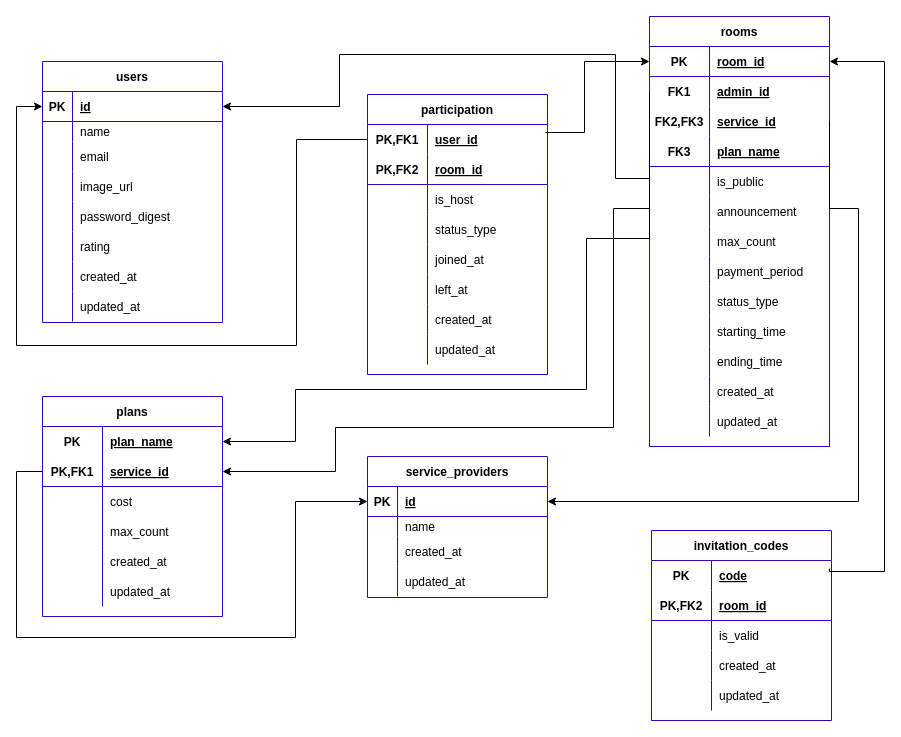
Earlier version of the draw.io diagram db/schema/table.drawio (billsgates/salamander). Source tidied: cells renumbered, new cells numbered last; positions are measured from the earlier drawing's top-left corner, leaving out a move shared by most shapes. Both pictures are drawn from the tidied source at 100%, with x=0, y=0 at pixel (16, 16).
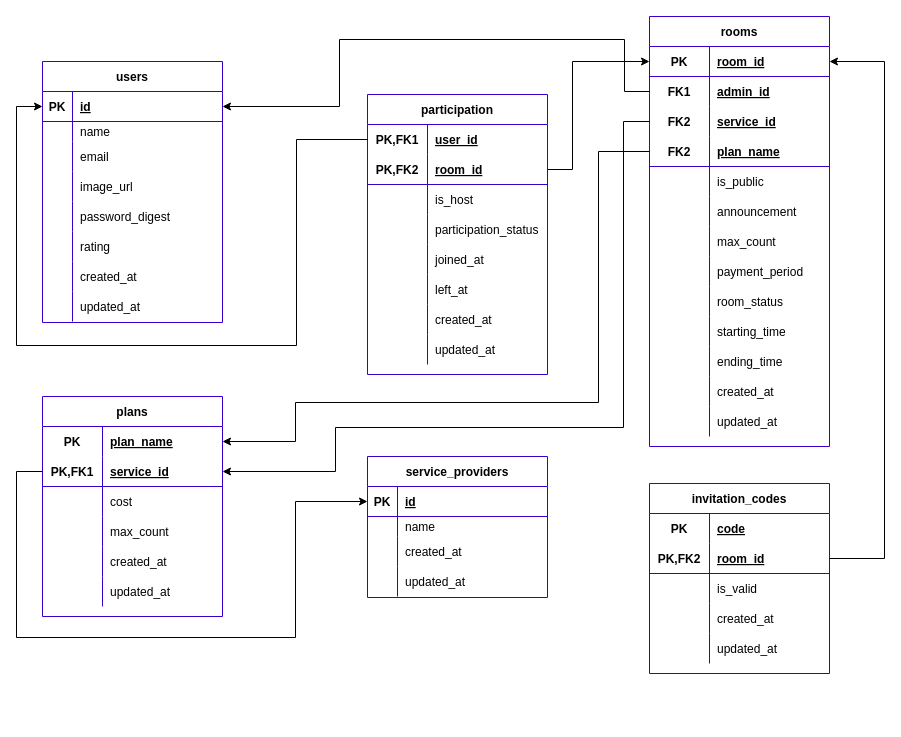
The same diagram, later.

The change refers to these unchanged cells:
```xml
<mxCell id="3" style="shape=partialRectangle;top=0;left=0;bottom=1;right=0;points=[[0,0.5],[1,0.5]];portConstraint=eastwest;labelBorderColor=#000000;fontColor=#ffffff;fillColor=none;strokeColor=#3700CC;" parent="2" vertex="1">
  <mxGeometry y="30" width="180" height="30" as="geometry" />
</mxCell>
<mxCell id="28" style="shape=partialRectangle;top=0;left=0;bottom=1;right=0;points=[[0,0.5],[1,0.5]];portConstraint=eastwest;labelBorderColor=#000000;fontColor=#ffffff;fillColor=none;strokeColor=#3700CC;" parent="27" vertex="1">
  <mxGeometry y="30" width="180" height="30" as="geometry" />
</mxCell>
<mxCell id="41" style="shape=partialRectangle;fillColor=none;top=0;left=0;bottom=0;right=0;points=[[0,0.5],[1,0.5]];portConstraint=eastwest;" parent="40" vertex="1">
  <mxGeometry y="30" width="180" height="30" as="geometry" />
</mxCell>
<mxCell id="44" style="shape=partialRectangle;fillColor=none;top=0;left=0;bottom=1;right=0;points=[[0,0.5],[1,0.5]];portConstraint=eastwest;strokeColor=#3700CC;" parent="40" vertex="1">
  <mxGeometry y="60" width="180" height="30" as="geometry" />
</mxCell>
<mxCell id="60" style="shape=partialRectangle;fillColor=none;top=0;left=0;bottom=1;right=0;points=[[0,0.5],[1,0.5]];portConstraint=eastwest;strokeColor=#3700CC;" parent="59" vertex="1">
  <mxGeometry y="30" width="180" height="30" as="geometry" />
</mxCell>
<mxCell id="63" style="shape=partialRectangle;fillColor=none;top=0;left=0;bottom=0;right=0;points=[[0,0.5],[1,0.5]];portConstraint=eastwest;strokeColor=#3700CC;" parent="59" vertex="1">
  <mxGeometry y="60" width="180" height="30" as="geometry" />
</mxCell>
<mxCell id="66" style="shape=partialRectangle;fillColor=none;top=0;left=0;bottom=0;right=0;points=[[0,0.5],[1,0.5]];portConstraint=eastwest;strokeColor=#3700CC;" parent="59" vertex="1">
  <mxGeometry y="90" width="180" height="30" as="geometry" />
</mxCell>
<mxCell id="69" style="shape=partialRectangle;fillColor=none;top=0;left=0;bottom=1;right=0;points=[[0,0.5],[1,0.5]];portConstraint=eastwest;strokeColor=#3700CC;" parent="59" vertex="1">
  <mxGeometry y="120" width="180" height="30" as="geometry" />
</mxCell>
<mxCell id="84" style="shape=partialRectangle;fillColor=none;top=0;left=0;bottom=0;right=0;" parent="59" vertex="1">
  <mxGeometry y="270" width="180" height="30" as="geometry" />
</mxCell>
<mxCell id="103" style="shape=partialRectangle;fillColor=none;top=0;left=0;bottom=1;right=0;points=[[0,0.5],[1,0.5]];portConstraint=eastwest;strokeColor=#3700CC;" parent="99" vertex="1">
  <mxGeometry y="60" width="180" height="30" as="geometry" />
</mxCell>
<mxCell id="109" style="shape=partialRectangle;fillColor=none;top=0;left=0;bottom=0;right=0;" parent="99" vertex="1">
  <mxGeometry y="120" width="180" height="30" as="geometry" />
</mxCell>
<mxCell id="135" style="shape=partialRectangle;fillColor=none;top=0;left=0;bottom=1;right=0;points=[[0,0.5],[1,0.5]];portConstraint=eastwest;strokeColor=#3700CC;" parent="131" vertex="1">
  <mxGeometry y="60" width="180" height="30" as="geometry" />
</mxCell>
```

The edit, as a diff of the source:
```diff
@@
-    <mxCell id="67" value="FK2,FK3" style="shape=partialRectangle;fillColor=none;top=0;left=0;bottom=0;right=0;fontStyle=1;overflow=hidden;fontColor=#000000;" parent="66" vertex="1">
+    <mxCell id="67" value="FK2" style="shape=partialRectangle;fillColor=none;top=0;left=0;bottom=0;right=0;fontStyle=1;overflow=hidden;fontColor=#000000;" parent="66" vertex="1">
       <mxGeometry width="60" height="30" as="geometry" />
     </mxCell>
@@
-    <mxCell id="70" value="FK3" style="shape=partialRectangle;fillColor=none;top=0;left=0;bottom=0;right=0;fontStyle=1;overflow=hidden;fontColor=#000000;" parent="69" vertex="1">
+    <mxCell id="70" value="FK2" style="shape=partialRectangle;fillColor=none;top=0;left=0;bottom=0;right=0;fontStyle=1;overflow=hidden;fontColor=#000000;" parent="69" vertex="1">
       <mxGeometry width="60" height="30" as="geometry" />
     </mxCell>
@@
-    <mxCell id="86" value="status_type" style="shape=partialRectangle;fillColor=none;top=0;left=0;bottom=0;right=0;align=left;spacingLeft=6;overflow=hidden;fontColor=#000000;" parent="84" vertex="1">
+    <mxCell id="86" value="room_status" style="shape=partialRectangle;fillColor=none;top=0;left=0;bottom=0;right=0;align=left;spacingLeft=6;overflow=hidden;fontColor=#000000;" parent="84" vertex="1">
       <mxGeometry x="60" width="120" height="30" as="geometry" />
     </mxCell>
@@
-    <mxCell id="111" value="status_type" style="shape=partialRectangle;fillColor=none;top=0;left=0;bottom=0;right=0;align=left;spacingLeft=6;overflow=hidden;fontColor=#000000;" parent="109" vertex="1">
+    <mxCell id="111" value="participation_status" style="shape=partialRectangle;fillColor=none;top=0;left=0;bottom=0;right=0;align=left;spacingLeft=6;overflow=hidden;fontColor=#000000;" parent="109" vertex="1">
       <mxGeometry x="60" width="120" height="30" as="geometry" />
     </mxCell>
@@
-    <mxCell id="124" style="edgeStyle=orthogonalEdgeStyle;rounded=0;jettySize=auto;html=1;exitX=1;exitY=0.5;exitDx=0;exitDy=0;entryX=0;entryY=0.5;entryDx=0;entryDy=0;strokeColor=#000000;fontColor=#000000;" parent="1" edge="1" target="60">
+    <mxCell id="124" style="edgeStyle=orthogonalEdgeStyle;rounded=0;jettySize=auto;html=1;exitX=1;exitY=0.5;exitDx=0;exitDy=0;entryX=0;entryY=0.5;entryDx=0;entryDy=0;strokeColor=#000000;fontColor=#000000;" parent="1" edge="1" source="103" target="60">
       <mxGeometry relative="1" as="geometry">
-        <mxPoint x="529" y="116" as="sourcePoint" />
         <Array as="points">
-          <mxPoint x="568" y="116" />
-          <mxPoint x="568" y="45" />
+          <mxPoint x="556" y="153" />
+          <mxPoint x="556" y="45" />
         </Array>
       </mxGeometry>
     </mxCell>
     <mxCell id="125" style="edgeStyle=orthogonalEdgeStyle;rounded=0;jettySize=auto;html=1;exitX=0;exitY=0.5;exitDx=0;exitDy=0;entryX=1;entryY=0.5;entryDx=0;entryDy=0;strokeColor=#000000;fontColor=#000000;" parent="1" edge="1" source="63" target="3">
       <mxGeometry relative="1" as="geometry">
         <Array as="points">
-          <mxPoint x="599" y="162" />
-          <mxPoint x="599" y="38" />
-          <mxPoint x="323" y="38" />
+          <mxPoint x="608" y="75" />
+          <mxPoint x="608" y="23" />
+          <mxPoint x="323" y="23" />
           <mxPoint x="323" y="90" />
         </Array>
       </mxGeometry>
     </mxCell>
     <mxCell id="126" style="edgeStyle=orthogonalEdgeStyle;rounded=0;jettySize=auto;html=1;exitX=0;exitY=0.5;exitDx=0;exitDy=0;entryX=1;entryY=0.5;entryDx=0;entryDy=0;strokeColor=#000000;fontColor=#000000;" parent="1" edge="1" source="69" target="41">
       <mxGeometry relative="1" as="geometry">
         <Array as="points">
-          <mxPoint x="570" y="222" />
-          <mxPoint x="570" y="373" />
-          <mxPoint x="279" y="373" />
+          <mxPoint x="582" y="135" />
+          <mxPoint x="582" y="386" />
+          <mxPoint x="279" y="386" />
           <mxPoint x="279" y="425" />
         </Array>
       </mxGeometry>
     </mxCell>
     <mxCell id="127" style="edgeStyle=orthogonalEdgeStyle;rounded=0;jettySize=auto;html=1;exitX=0;exitY=0.5;exitDx=0;exitDy=0;entryX=1;entryY=0.5;entryDx=0;entryDy=0;strokeColor=#000000;fontColor=#000000;" parent="1" edge="1" source="66" target="44">
       <mxGeometry relative="1" as="geometry">
         <Array as="points">
-          <mxPoint x="597" y="192" />
-          <mxPoint x="597" y="411" />
+          <mxPoint x="607" y="105" />
+          <mxPoint x="607" y="411" />
           <mxPoint x="319" y="411" />
           <mxPoint x="319" y="455" />
         </Array>
       </mxGeometry>
     </mxCell>
-    <mxCell id="128" style="edgeStyle=orthogonalEdgeStyle;rounded=0;jettySize=auto;html=1;exitX=1;exitY=0.5;exitDx=0;exitDy=0;entryX=1;entryY=0.5;entryDx=0;entryDy=0;strokeColor=#000000;fontColor=#000000;" parent="1" edge="1" source="66" target="28">
-      <mxGeometry relative="1" as="geometry">
-        <Array as="points">
-          <mxPoint x="842" y="192" />
-          <mxPoint x="842" y="485" />
-        </Array>
-      </mxGeometry>
-    </mxCell>
@@
     <mxCell id="131" value="invitation_codes" style="shape=table;startSize=30;childLayout=tableLayout;rowLines=0;fontStyle=1;align=center;shadow=0;labelBackgroundColor=none;strokeColor=#3700CC;fontColor=#000000;fillColor=#FFFFFF;swimlaneFillColor=#ffffff;" parent="1" vertex="1">
-      <mxGeometry x="635" y="514" width="180" height="190" as="geometry" />
+      <mxGeometry x="633" y="467" width="180" height="190" as="geometry" />
     </mxCell>
@@
-    <mxCell id="147" style="edgeStyle=orthogonalEdgeStyle;rounded=0;jettySize=auto;html=1;exitX=1;exitY=0.5;exitDx=0;exitDy=0;entryX=1;entryY=0.5;entryDx=0;entryDy=0;strokeColor=#000000;" parent="1" edge="1" target="60">
+    <mxCell id="147" style="edgeStyle=orthogonalEdgeStyle;rounded=0;jettySize=auto;html=1;exitX=1;exitY=0.5;exitDx=0;exitDy=0;entryX=1;entryY=0.5;entryDx=0;entryDy=0;strokeColor=#000000;" parent="1" edge="1" source="135" target="60">
       <mxGeometry relative="1" as="geometry">
-        <mxPoint x="813" y="552" as="sourcePoint" />
         <Array as="points">
-          <mxPoint x="813" y="555" />
-          <mxPoint x="868" y="555" />
+          <mxPoint x="868" y="542" />
           <mxPoint x="868" y="45" />
         </Array>
       </mxGeometry>
     </mxCell>
```
